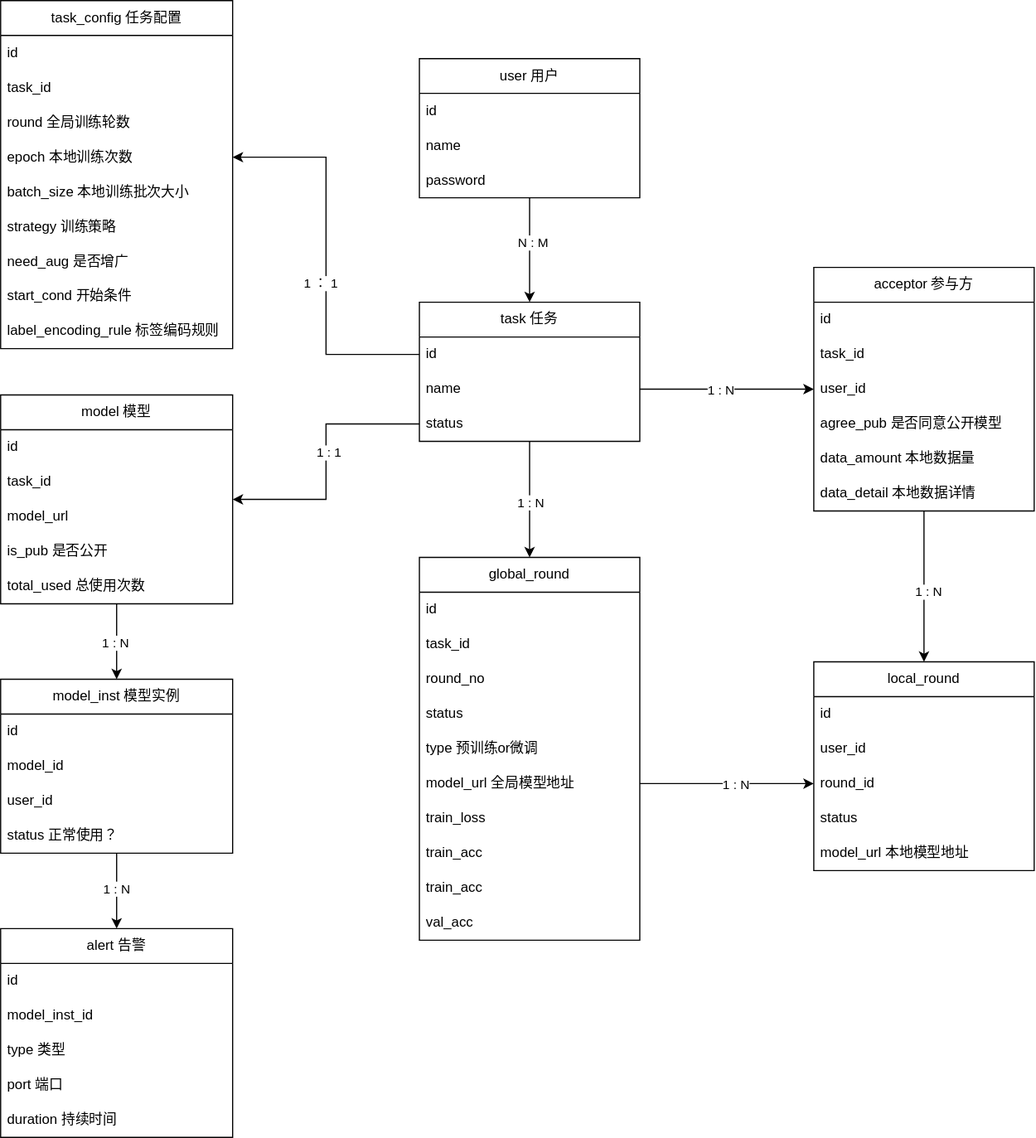
This is 数据库ER.svg from hiro942/drawio, a draw.io export, as it was before one commit. Source tidied: cells renumbered, new cells last; positions are measured from the earlier drawing's top-left corner, leaving out a move shared by most shapes.
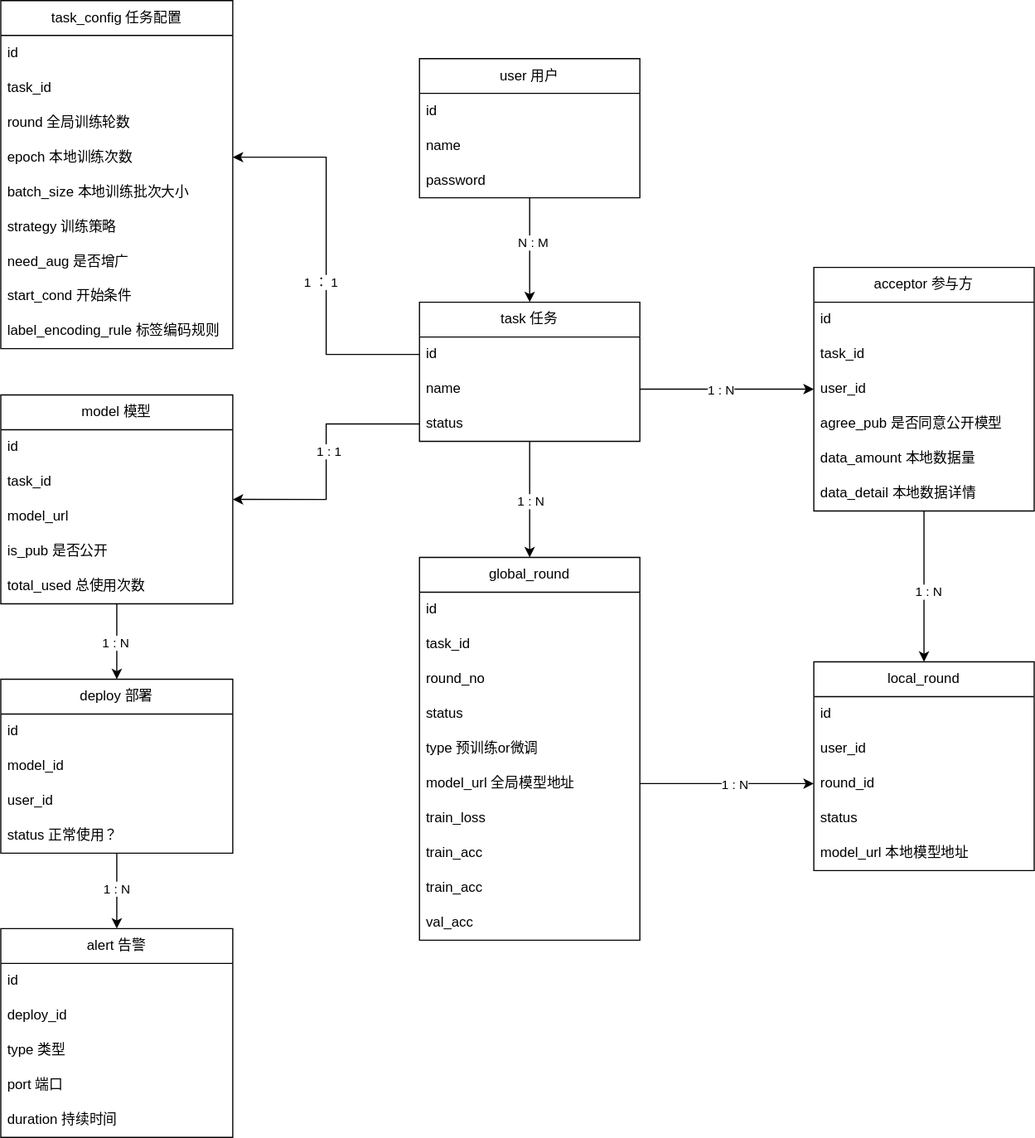
Above is the later version.

Commit message:
更新数据库ER.svg

Diff of the diagram source:
```diff
@@ -202,7 +202,7 @@
     <mxCell id="65" value="1 : N" style="edgeLabel;html=1;align=center;verticalAlign=middle;" parent="64" vertex="1">
       <mxGeometry x="-0.06" y="-1" relative="1" as="geometry" />
     </mxCell>
-    <mxCell id="66" value="model_inst 模型实例" style="swimlane;fontStyle=0;horizontal=1;startSize=30;whiteSpace=wrap;html=1;" parent="1" vertex="1">
+    <mxCell id="66" value="deploy 部署" style="swimlane;fontStyle=0;horizontal=1;startSize=30;whiteSpace=wrap;html=1;" parent="1" vertex="1">
       <mxGeometry y="585" width="200" height="150" as="geometry" />
     </mxCell>
     <mxCell id="67" value="id" style="text;strokeColor=none;fillColor=none;align=left;verticalAlign=middle;spacingLeft=4;spacingRight=4;overflow=hidden;whiteSpace=wrap;html=1;" parent="66" vertex="1">
@@ -229,7 +229,7 @@
     <mxCell id="74" value="id" style="text;strokeColor=none;fillColor=none;align=left;verticalAlign=middle;spacingLeft=4;spacingRight=4;overflow=hidden;whiteSpace=wrap;html=1;" parent="73" vertex="1">
       <mxGeometry y="30" width="200" height="30" as="geometry" />
     </mxCell>
-    <mxCell id="75" value="model_inst_id" style="text;strokeColor=none;fillColor=none;align=left;verticalAlign=middle;spacingLeft=4;spacingRight=4;overflow=hidden;whiteSpace=wrap;html=1;" parent="73" vertex="1">
+    <mxCell id="75" value="deploy_id" style="text;strokeColor=none;fillColor=none;align=left;verticalAlign=middle;spacingLeft=4;spacingRight=4;overflow=hidden;whiteSpace=wrap;html=1;" parent="73" vertex="1">
       <mxGeometry y="60" width="200" height="30" as="geometry" />
     </mxCell>
     <mxCell id="76" value="type 类型" style="text;strokeColor=none;fillColor=none;align=left;verticalAlign=middle;spacingLeft=4;spacingRight=4;overflow=hidden;whiteSpace=wrap;html=1;" parent="73" vertex="1">
```
